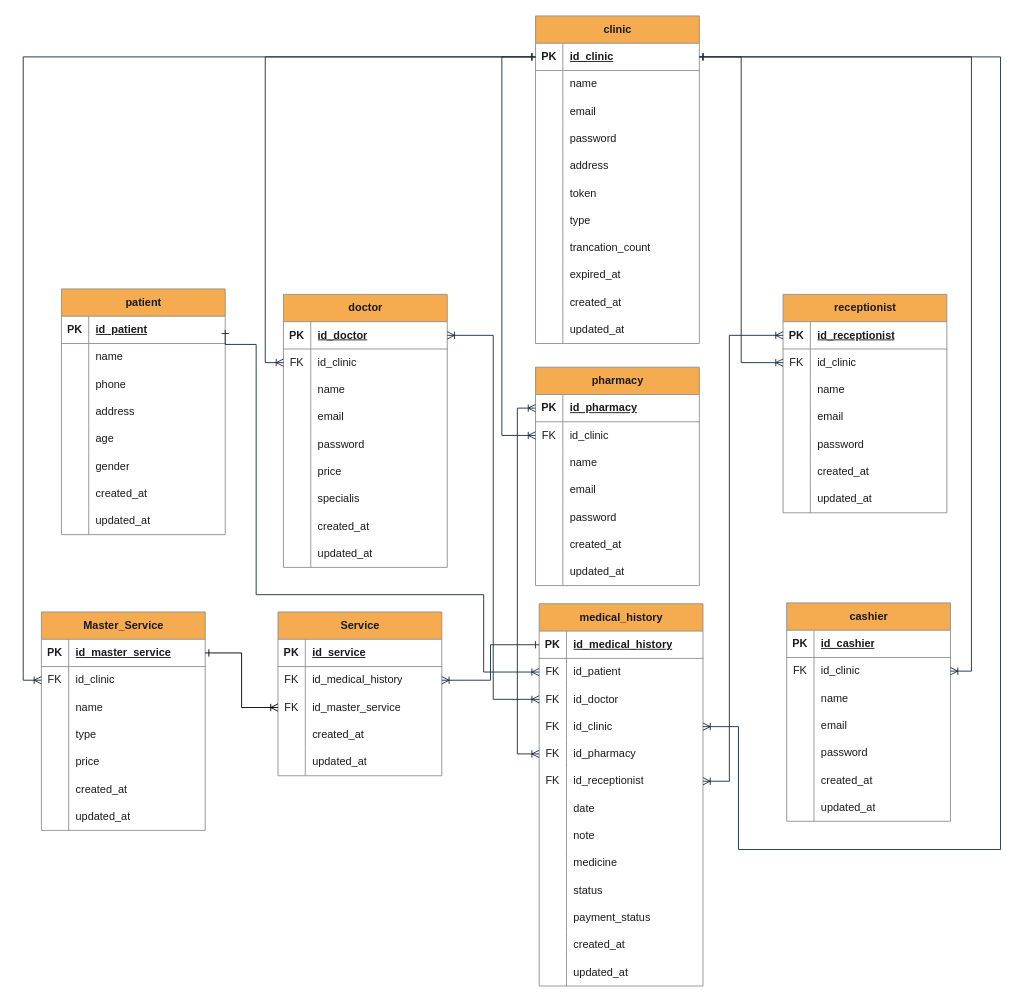
Before: erd_klinik.drawio in rrahmatn/dfd_erd_uml, a draw.io diagram. Source tidied: cells renumbered, new cells numbered last; positions are measured from the earlier drawing's top-left corner, leaving out a move shared by most shapes. Both pictures are drawn from the tidied source at 91%, with x=0, y=0 at pixel (41, 15).
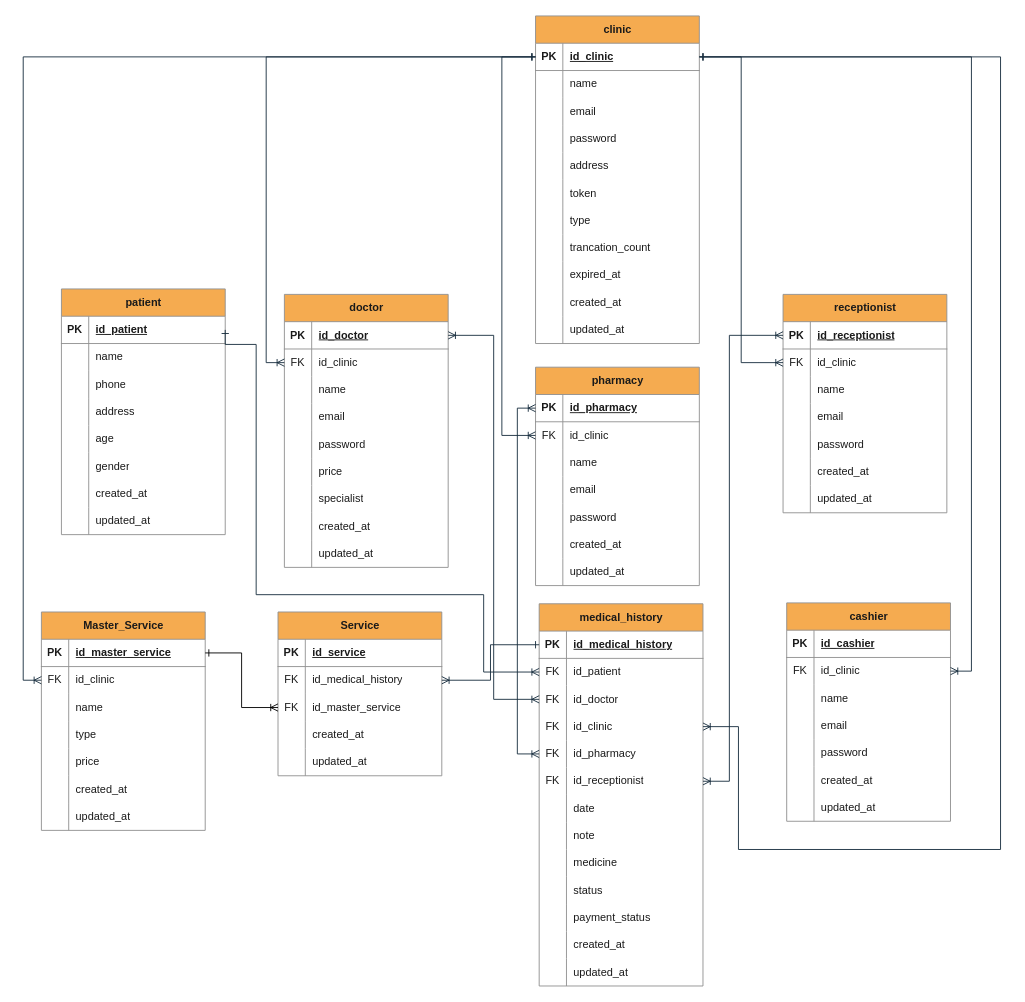
Above is the later version.

The change refers to these unchanged cells:
```xml
<mxCell id="55" style="shape=tableRow;horizontal=0;startSize=0;swimlaneHead=0;swimlaneBody=0;fillColor=none;top=0;left=0;right=0;bottom=0;labelBackgroundColor=none;strokeColor=#909090;fontColor=#1A1A1A;" parent="36" vertex="1">
  <mxGeometry y="210" width="180" height="30" as="geometry" />
</mxCell>
```

Diff of the diagram source:
```diff
@@
     <mxCell id="36" value="doctor" style="shape=table;startSize=30;childLayout=tableLayout;rowLines=0;fontStyle=1;align=center;html=1;labelBackgroundColor=none;fillColor=#F5AB50;strokeColor=#909090;fontColor=#1A1A1A;" parent="1" vertex="1">
-      <mxGeometry x="266" y="306" width="180" height="300" as="geometry" />
+      <mxGeometry x="267" y="306" width="180" height="300" as="geometry" />
     </mxCell>
@@
-    <mxCell id="57" value="specialis" style="shape=partialRectangle;fillColor=none;top=0;left=0;bottom=0;right=0;align=left;spacingLeft=6;overflow=hidden;whiteSpace=wrap;html=1;labelBackgroundColor=none;strokeColor=#909090;fontColor=#1A1A1A;" parent="55" vertex="1">
+    <mxCell id="57" value="specialist" style="shape=partialRectangle;fillColor=none;top=0;left=0;bottom=0;right=0;align=left;spacingLeft=6;overflow=hidden;whiteSpace=wrap;html=1;labelBackgroundColor=none;strokeColor=#909090;fontColor=#1A1A1A;" parent="55" vertex="1">
       <mxGeometry x="30" width="150" height="30" as="geometry" />
     </mxCell>
```
